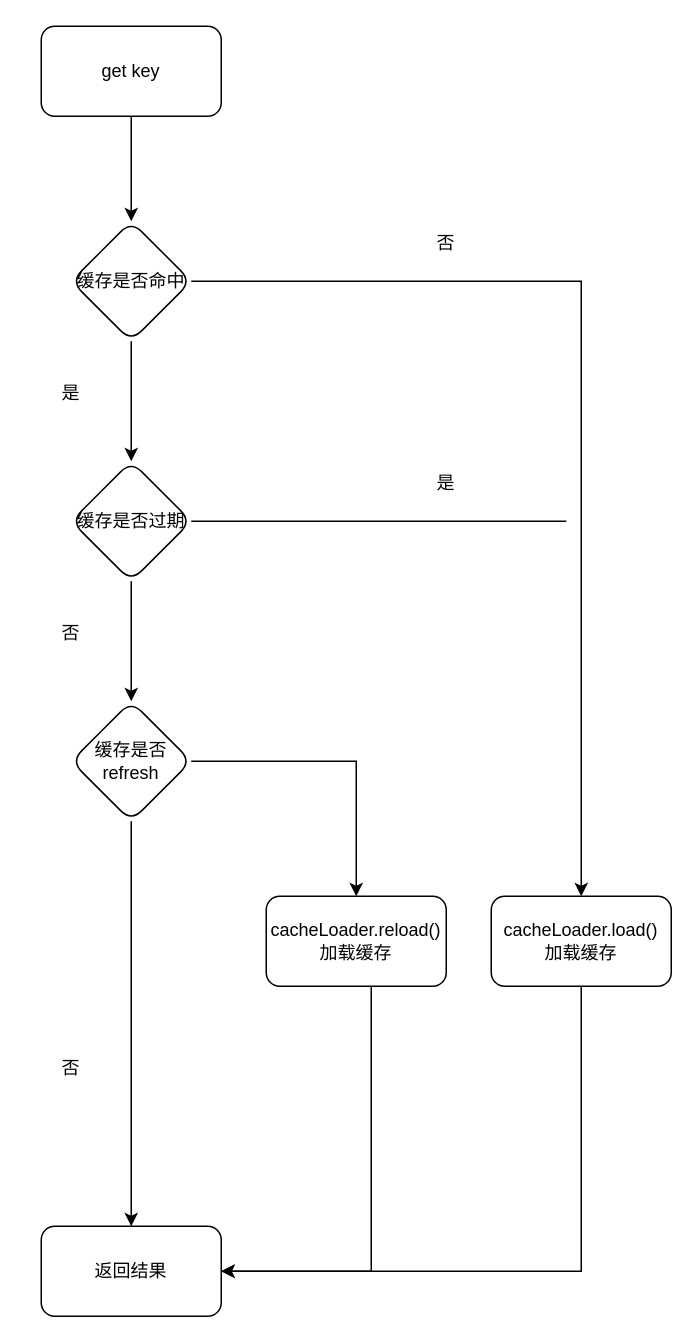
Before: guava cache流程图.drawio in realLiuzh/cache-study-demo, a draw.io diagram. Source tidied: cells renumbered, new cells numbered last; positions are measured from the earlier drawing's top-left corner, leaving out a move shared by most shapes. Both pictures are drawn from the tidied source at 150%, with x=0, y=0 at pixel (26, 26).
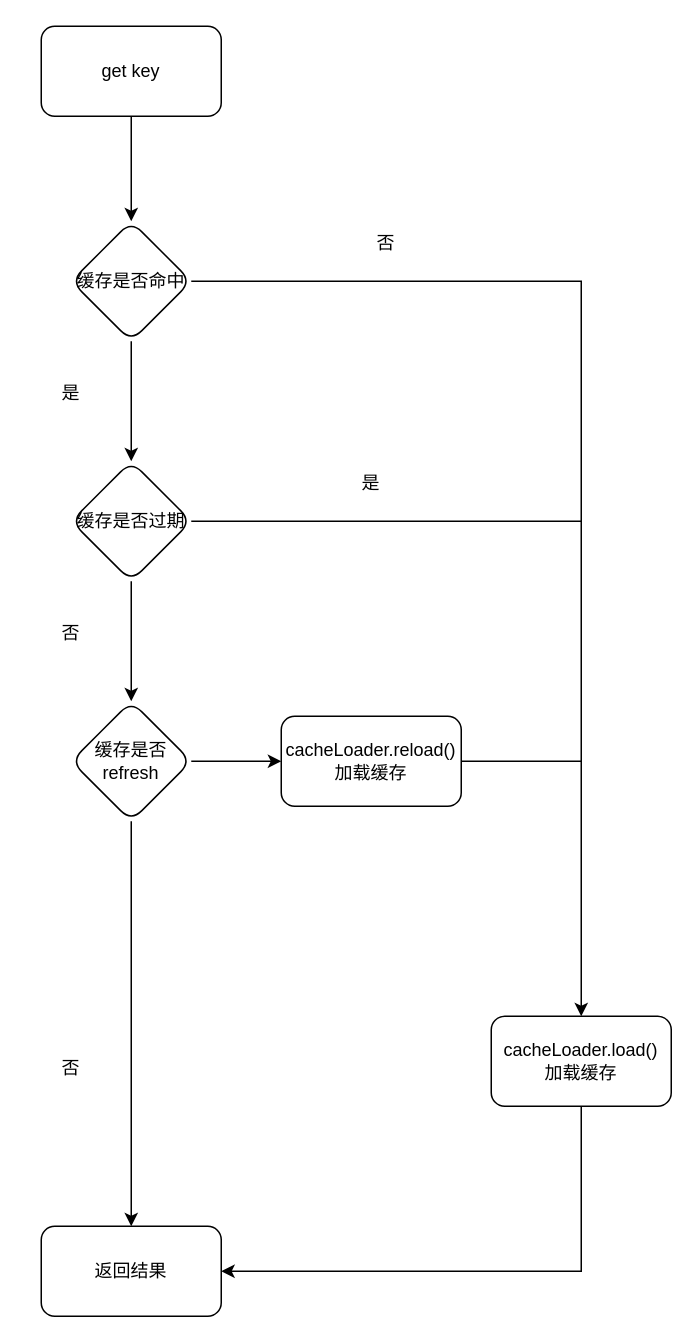
The same diagram, later.

Commit message:
更新guava cache流程图.drawio

The change refers to these unchanged cells:
```xml
<mxCell id="12" value="缓存是否过期" style="rhombus;whiteSpace=wrap;html=1;rounded=1;" parent="1" vertex="1">
  <mxGeometry x="30" y="290" width="80" height="80" as="geometry" />
</mxCell>
<mxCell id="19" value="返回结果" style="whiteSpace=wrap;html=1;rounded=1;" parent="1" vertex="1">
  <mxGeometry x="10" y="800" width="120" height="60" as="geometry" />
</mxCell>
```

What changed in the source:
```diff
@@
     <mxCell id="9" value="cacheLoader.load()&lt;br&gt;加载缓存" style="whiteSpace=wrap;html=1;rounded=1;" parent="1" vertex="1">
-      <mxGeometry x="310" y="580" width="120" height="60" as="geometry" />
+      <mxGeometry x="310" y="660" width="120" height="60" as="geometry" />
     </mxCell>
     <mxCell id="10" value="否" style="text;html=1;strokeColor=none;fillColor=none;align=center;verticalAlign=middle;whiteSpace=wrap;rounded=0;" parent="1" vertex="1">
-      <mxGeometry x="250" y="130" width="60" height="30" as="geometry" />
+      <mxGeometry x="210" y="130" width="60" height="30" as="geometry" />
     </mxCell>
@@
     <mxCell id="17" style="endArrow=none;html=1;rounded=0;exitX=1;exitY=0.5;exitDx=0;exitDy=0;" parent="1" edge="1" source="12">
       <mxGeometry relative="1" as="geometry">
-        <mxPoint x="360" y="330" as="targetPoint" />
+        <mxPoint x="370" y="330" as="targetPoint" />
       </mxGeometry>
     </mxCell>
     <mxCell id="18" value="是" style="text;html=1;strokeColor=none;fillColor=none;align=center;verticalAlign=middle;whiteSpace=wrap;rounded=0;" parent="1" vertex="1">
-      <mxGeometry x="250" y="290" width="60" height="30" as="geometry" />
+      <mxGeometry x="200" y="290" width="60" height="30" as="geometry" />
     </mxCell>
@@
-    <mxCell id="21" style="edgeStyle=orthogonalEdgeStyle;rounded=0;jettySize=auto;html=1;entryX=1;entryY=0.5;entryDx=0;entryDy=0;" parent="1" edge="1" source="22" target="19">
-      <mxGeometry relative="1" as="geometry">
-        <Array as="points">
-          <mxPoint x="230" y="830" />
-        </Array>
-      </mxGeometry>
-    </mxCell>
     <mxCell id="22" value="cacheLoader.reload()&lt;br&gt;加载缓存" style="whiteSpace=wrap;html=1;rounded=1;" parent="1" vertex="1">
-      <mxGeometry x="160" y="580" width="120" height="60" as="geometry" />
+      <mxGeometry x="170" y="460" width="120" height="60" as="geometry" />
     </mxCell>
+    <mxCell id="23" style="endArrow=none;html=1;rounded=0;exitX=1;exitY=0.5;exitDx=0;exitDy=0;" parent="1" edge="1" source="22">
+      <mxGeometry relative="1" as="geometry">
+        <mxPoint x="370" y="490" as="targetPoint" />
+      </mxGeometry>
+    </mxCell>
```
